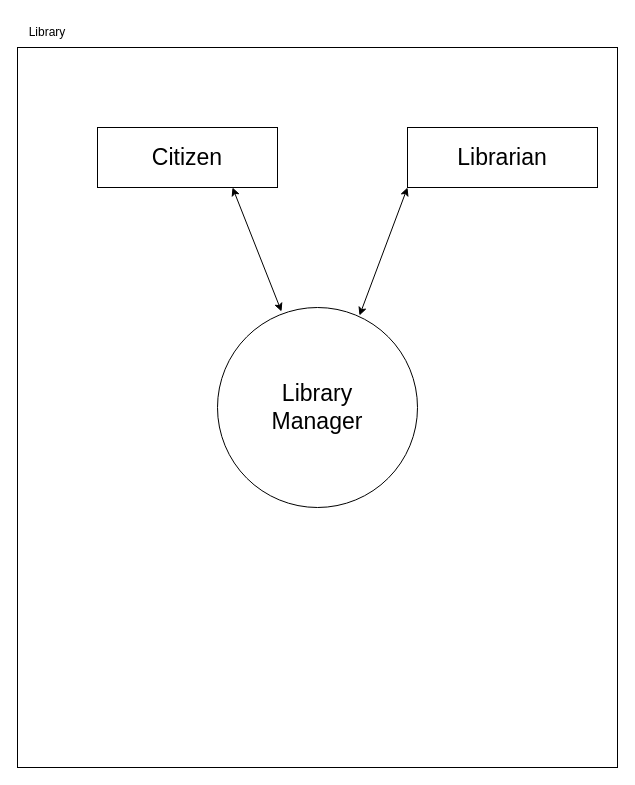
The draw.io diagram context.drawio in Sam-Neale/libraryManager, before the edit. Source tidied: cells renumbered, new cells numbered last; positions are measured from the earlier drawing's top-left corner, leaving out a move shared by most shapes. Both pictures are drawn from the tidied source at 100%, with x=0, y=0 at pixel (17, 17).
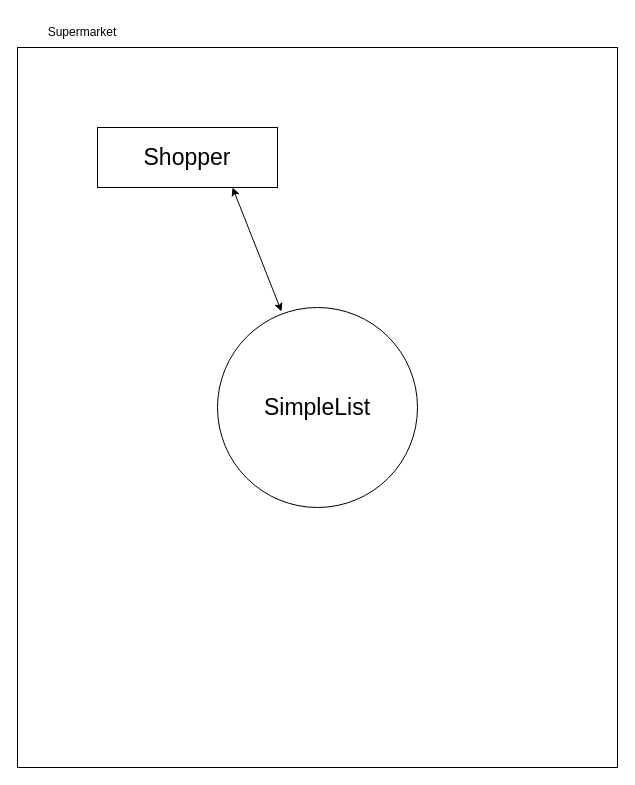
Above is the later version.

What changed in the source:
```diff
@@
 <mxGraphModel>
   <root>
     <mxCell id="0" />
     <mxCell id="1" parent="0" />
     <mxCell id="2" style="whiteSpace=wrap;html=1;" parent="1" vertex="1">
       <mxGeometry y="30" width="600" height="720" as="geometry" />
     </mxCell>
-    <mxCell id="3" value="Library" style="text;html=1;strokeColor=none;fillColor=none;align=center;verticalAlign=middle;whiteSpace=wrap;rounded=0;" parent="1" vertex="1">
-      <mxGeometry width="60" height="30" as="geometry" />
+    <mxCell id="3" value="Supermarket" style="text;html=1;strokeColor=none;fillColor=none;align=center;verticalAlign=middle;whiteSpace=wrap;rounded=0;" parent="1" vertex="1">
+      <mxGeometry width="130" height="30" as="geometry" />
     </mxCell>
     <mxCell id="4" style="ellipse;whiteSpace=wrap;html=1;" parent="1" vertex="1">
       <mxGeometry x="200" y="290" width="200" height="200" as="geometry" />
     </mxCell>
-    <mxCell id="5" value="Library Manager" style="text;html=1;strokeColor=none;fillColor=none;align=center;verticalAlign=middle;whiteSpace=wrap;rounded=0;fontSize=23;" parent="1" vertex="1">
+    <mxCell id="5" value="SimpleList" style="text;html=1;strokeColor=none;fillColor=none;align=center;verticalAlign=middle;whiteSpace=wrap;rounded=0;fontSize=23;" parent="1" vertex="1">
       <mxGeometry x="235" y="346.5" width="130" height="87" as="geometry" />
     </mxCell>
     <mxCell id="6" style="whiteSpace=wrap;html=1;fontSize=23;" parent="1" vertex="1">
       <mxGeometry x="80" y="110" width="180" height="60" as="geometry" />
     </mxCell>
-    <mxCell id="7" value="Citizen" style="text;html=1;strokeColor=none;fillColor=none;align=center;verticalAlign=middle;whiteSpace=wrap;rounded=0;fontSize=23;" parent="1" vertex="1">
+    <mxCell id="7" value="Shopper" style="text;html=1;strokeColor=none;fillColor=none;align=center;verticalAlign=middle;whiteSpace=wrap;rounded=0;fontSize=23;" parent="1" vertex="1">
       <mxGeometry x="90" y="125" width="160" height="30" as="geometry" />
     </mxCell>
     <mxCell id="8" style="endArrow=classic;startArrow=classic;html=1;rounded=0;fontSize=23;entryX=0.75;entryY=1;entryDx=0;entryDy=0;exitX=0.32;exitY=0.02;exitDx=0;exitDy=0;exitPerimeter=0;" parent="1" edge="1" source="4" target="6">
       <mxGeometry relative="1" as="geometry" />
     </mxCell>
-    <mxCell id="9" style="rounded=0;whiteSpace=wrap;html=1;fontSize=23;" parent="1" vertex="1">
-      <mxGeometry x="390" y="110" width="190" height="60" as="geometry" />
-    </mxCell>
-    <mxCell id="10" value="Librarian" style="text;html=1;strokeColor=none;fillColor=none;align=center;verticalAlign=middle;whiteSpace=wrap;rounded=0;fontSize=23;" parent="1" vertex="1">
-      <mxGeometry x="430" y="125" width="110" height="30" as="geometry" />
-    </mxCell>
-    <mxCell id="11" style="endArrow=classic;startArrow=classic;html=1;rounded=0;fontSize=23;entryX=0;entryY=1;entryDx=0;entryDy=0;exitX=0.71;exitY=0.04;exitDx=0;exitDy=0;exitPerimeter=0;" parent="1" edge="1" source="4" target="9">
-      <mxGeometry relative="1" as="geometry" />
-    </mxCell>
   </root>
 </mxGraphModel>
```
